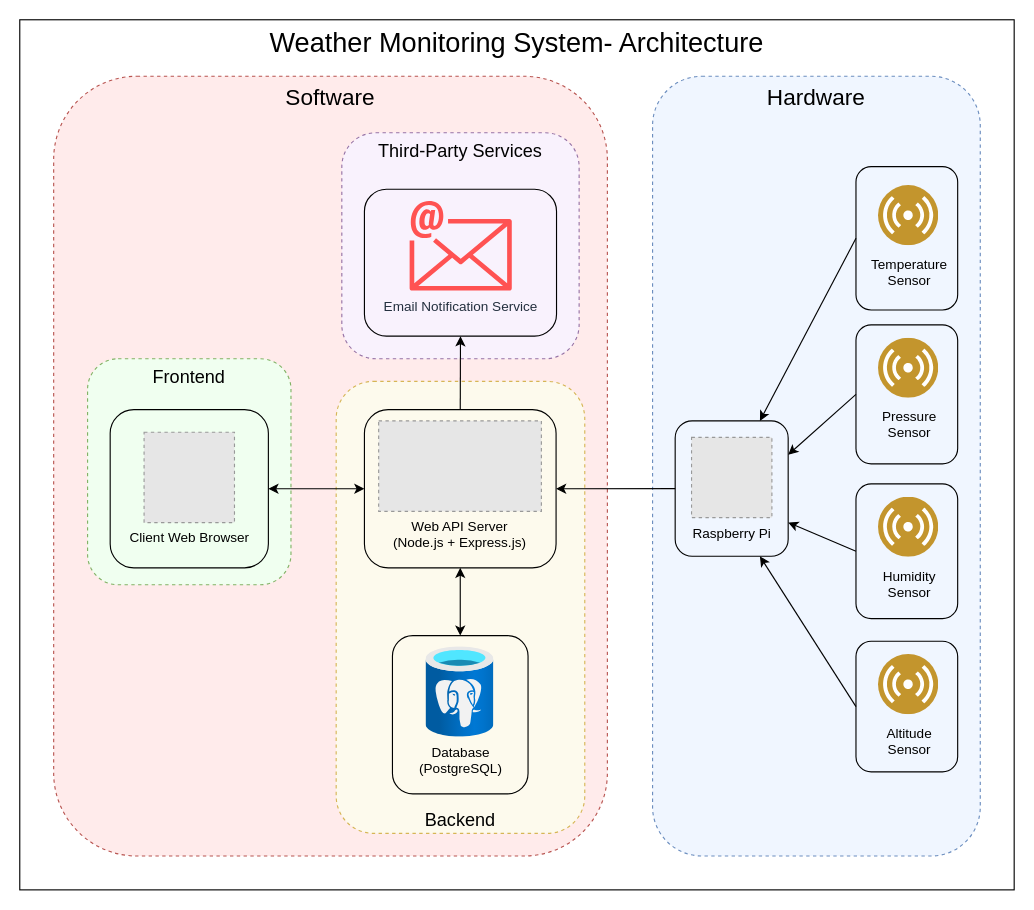
This is diagrams/architecture/diagram.drawio from ooad-sv/semester-project-design, a draw.io file, before an edit. Source tidied: cells renumbered, new cells numbered last; positions are measured from the earlier drawing's top-left corner, leaving out a move shared by most shapes. Both pictures are drawn from the tidied source at 113%, with x=0, y=0 at pixel (19, 19). Pictures stored in the file or linked from it are replaced by grey dashed boxes.
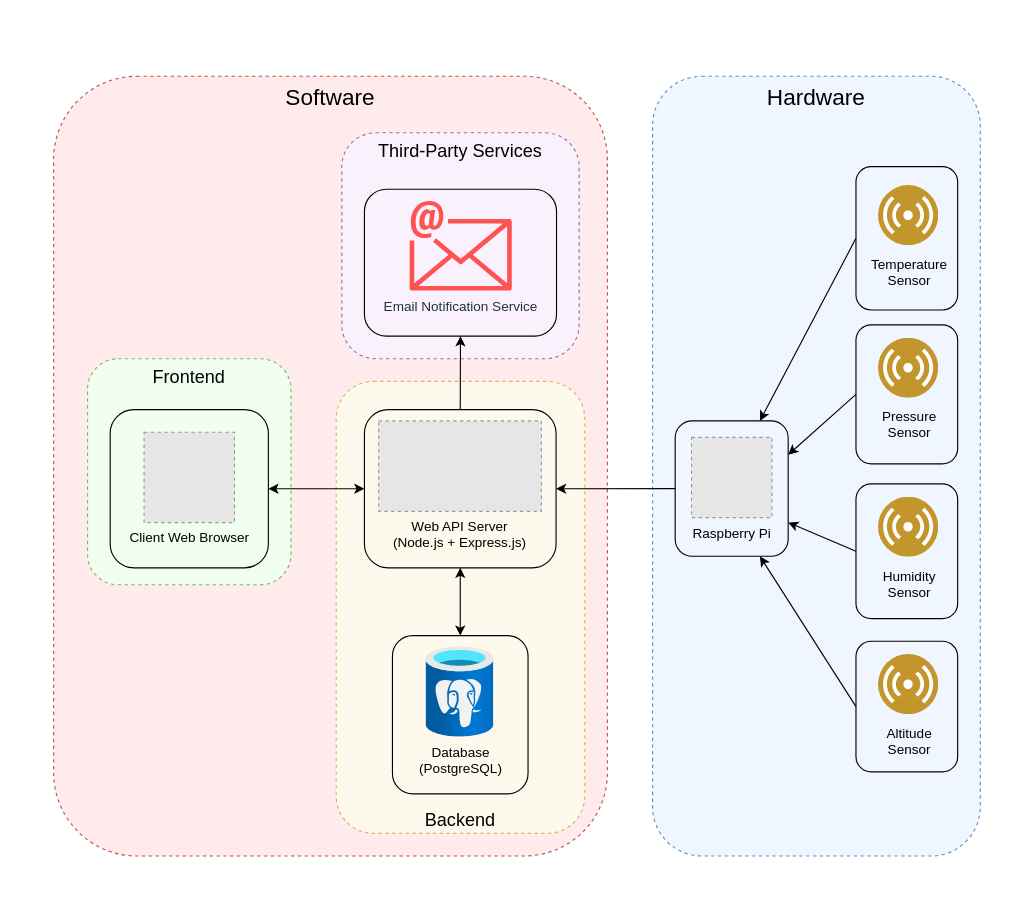
The same page after the edit.

Diff of the diagram source:
```diff
@@
-    <mxCell id="2" value="Weather Monitoring System- Architecture" style="rounded=0;whiteSpace=wrap;html=1;labelBackgroundColor=none;fontSize=24;align=center;verticalAlign=top;fillColor=none;" parent="1" vertex="1">
-      <mxGeometry width="880" height="770" as="geometry" />
-    </mxCell>
```
